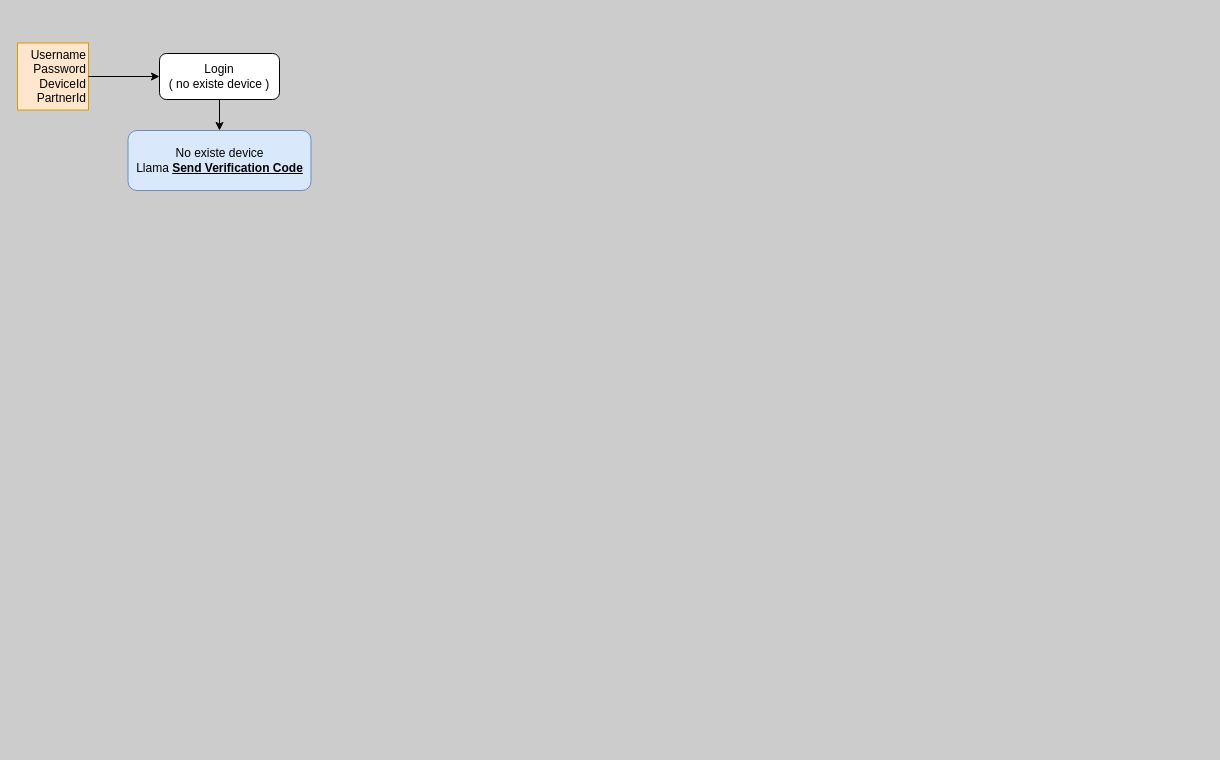
Before: Nuevo Proceso User API.drawio in notariopablomarcelo/intermex, a draw.io diagram. Source tidied: cells renumbered, new cells numbered last; positions are measured from the earlier drawing's top-left corner, leaving out a move shared by most shapes. Both pictures are drawn from the tidied source at 100%, with x=0, y=0 at pixel (17, 42).
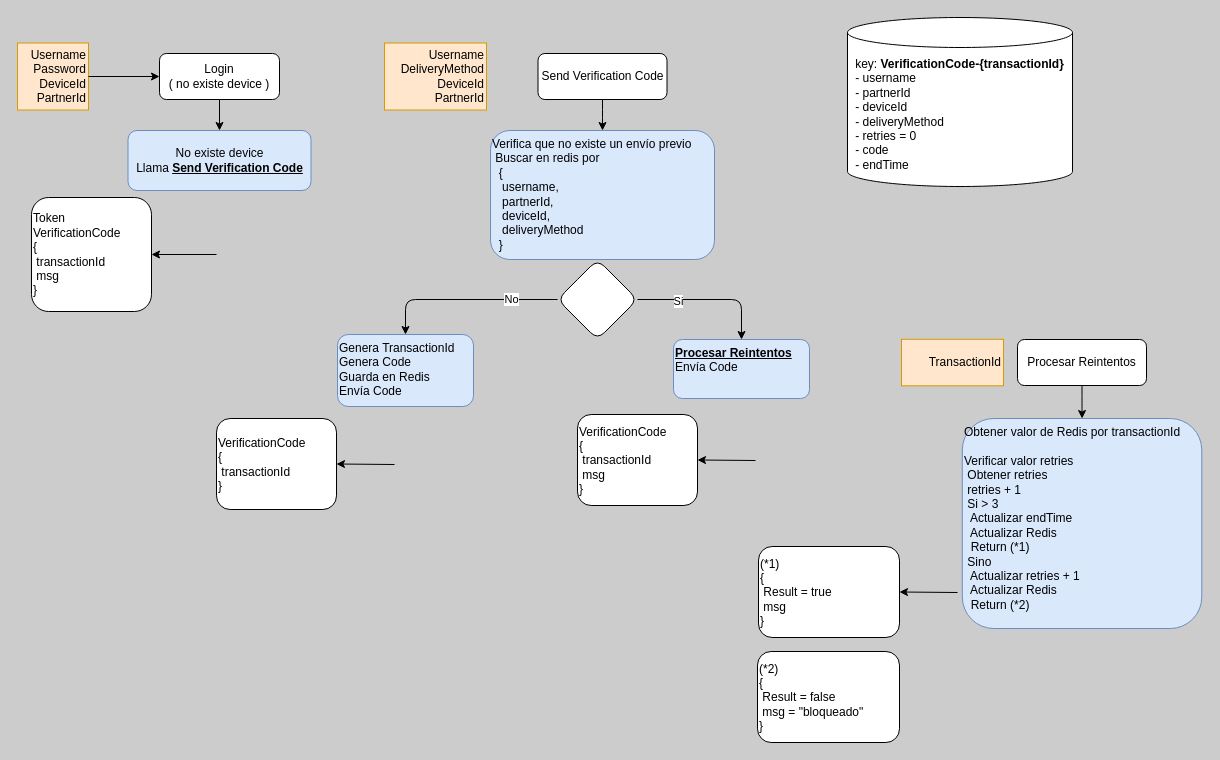
The same diagram, later.

Diff of the diagram source:
```diff
@@
+    <mxCell id="7" style="endArrow=classic;html=1;rounded=1;entryX=1;entryY=0.5;entryDx=0;entryDy=0;" parent="1" edge="1" target="8">
+      <mxGeometry relative="1" as="geometry">
+        <mxPoint x="199" y="212" as="sourcePoint" />
+      </mxGeometry>
+    </mxCell>
+    <mxCell id="8" value="Token&lt;br&gt;VerificationCode&lt;br&gt;{&lt;br&gt;&lt;span style=&quot;white-space: pre;&quot;&gt; &lt;/span&gt;transactionId&lt;br&gt;&lt;span style=&quot;white-space: pre;&quot;&gt; &lt;/span&gt;msg&lt;br&gt;}" style="rounded=1;whiteSpace=wrap;html=1;align=left;" parent="1" vertex="1">
+      <mxGeometry x="14" y="155" width="120" height="114" as="geometry" />
+    </mxCell>
+    <mxCell id="9" style="edgeStyle=orthogonalEdgeStyle;rounded=1;jettySize=auto;html=1;" parent="1" edge="1" source="10" target="12">
+      <mxGeometry relative="1" as="geometry" />
+    </mxCell>
+    <mxCell id="10" value="Send Verification Code" style="rounded=1;whiteSpace=wrap;html=1;labelBackgroundColor=none;" parent="1" vertex="1">
+      <mxGeometry x="520.5" y="11" width="129" height="46" as="geometry" />
+    </mxCell>
+    <mxCell id="11" value="Username&lt;br&gt;DeliveryMethod&lt;br&gt;DeviceId&lt;br&gt;PartnerId" style="text;html=1;strokeColor=#d79b00;fillColor=#ffe6cc;align=right;verticalAlign=middle;whiteSpace=wrap;rounded=0;" parent="1" vertex="1">
+      <mxGeometry x="367" y="0.5" width="102" height="67" as="geometry" />
+    </mxCell>
+    <mxCell id="12" value="Verifica que no existe un envío previo&lt;br&gt;&lt;span style=&quot;white-space: pre;&quot;&gt; &lt;/span&gt;Buscar en redis por&lt;br&gt;&lt;span style=&quot;white-space: pre;&quot;&gt; &lt;/span&gt;&lt;span style=&quot;white-space: pre;&quot;&gt; &lt;/span&gt;{&lt;br&gt;&lt;span style=&quot;white-space: pre;&quot;&gt; &lt;/span&gt;&lt;span style=&quot;white-space: pre;&quot;&gt; &lt;/span&gt;&lt;span style=&quot;white-space: pre;&quot;&gt; &lt;/span&gt;username,&lt;br&gt;&lt;span style=&quot;white-space: pre;&quot;&gt; &lt;/span&gt;&lt;span style=&quot;white-space: pre;&quot;&gt; &lt;/span&gt;&lt;span style=&quot;white-space: pre;&quot;&gt; &lt;/span&gt;partnerId,&lt;br&gt;&lt;span style=&quot;white-space: pre;&quot;&gt; &lt;/span&gt;&lt;span style=&quot;white-space: pre;&quot;&gt; &lt;/span&gt;&lt;span style=&quot;white-space: pre;&quot;&gt; &lt;/span&gt;deviceId,&lt;br&gt;&lt;span style=&quot;white-space: pre;&quot;&gt; &lt;/span&gt;&lt;span style=&quot;white-space: pre;&quot;&gt; &lt;/span&gt;&lt;span style=&quot;white-space: pre;&quot;&gt; &lt;/span&gt;deliveryMethod&lt;br&gt;&lt;span style=&quot;white-space: pre;&quot;&gt; &lt;/span&gt;&lt;span style=&quot;white-space: pre;&quot;&gt; &lt;/span&gt;}" style="rounded=1;whiteSpace=wrap;html=1;fillColor=#dae8fc;strokeColor=#6c8ebf;align=left;verticalAlign=top;" parent="1" vertex="1">
+      <mxGeometry x="473" y="88" width="224" height="129" as="geometry" />
+    </mxCell>
+    <mxCell id="13" value="key: &lt;b&gt;VerificationCode-{transactionId}&lt;/b&gt;&lt;br&gt;&lt;div style=&quot;text-align: left;&quot;&gt;&lt;span style=&quot;background-color: initial;&quot;&gt;- username&lt;/span&gt;&lt;/div&gt;&lt;div style=&quot;text-align: left;&quot;&gt;&lt;span style=&quot;background-color: initial;&quot;&gt;- partnerId&lt;/span&gt;&lt;/div&gt;&lt;div style=&quot;text-align: left;&quot;&gt;&lt;span style=&quot;background-color: initial;&quot;&gt;- deviceId&lt;/span&gt;&lt;/div&gt;&lt;div style=&quot;text-align: left;&quot;&gt;&lt;span style=&quot;background-color: initial;&quot;&gt;- deliveryMethod&lt;/span&gt;&lt;/div&gt;&lt;div style=&quot;text-align: left;&quot;&gt;&lt;span style=&quot;background-color: initial;&quot;&gt;- retries = 0&lt;/span&gt;&lt;/div&gt;&lt;div style=&quot;text-align: left;&quot;&gt;&lt;span style=&quot;background-color: initial;&quot;&gt;- code&lt;/span&gt;&lt;/div&gt;&lt;div style=&quot;text-align: left;&quot;&gt;&lt;span style=&quot;background-color: initial;&quot;&gt;- endTime&lt;/span&gt;&lt;/div&gt;" style="shape=cylinder3;whiteSpace=wrap;html=1;boundedLbl=1;backgroundOutline=1;size=15;rounded=1;" parent="1" vertex="1">
+      <mxGeometry x="830" y="-25" width="225" height="169" as="geometry" />
+    </mxCell>
+    <mxCell id="14" style="edgeStyle=orthogonalEdgeStyle;rounded=1;jettySize=auto;html=1;entryX=0.5;entryY=0;entryDx=0;entryDy=0;" parent="1" edge="1" source="16" target="17">
+      <mxGeometry relative="1" as="geometry" />
+    </mxCell>
+    <mxCell id="15" value="No" style="edgeLabel;html=1;align=center;verticalAlign=middle;" parent="14" vertex="1">
+      <mxGeometry x="-0.5" y="-1" relative="1" as="geometry" />
+    </mxCell>
+    <mxCell id="16" style="rhombus;whiteSpace=wrap;html=1;rounded=1;" parent="1" vertex="1">
+      <mxGeometry x="540" y="217" width="80" height="80" as="geometry" />
+    </mxCell>
+    <mxCell id="17" value="Genera TransactionId&lt;br&gt;Genera Code&lt;br&gt;Guarda en Redis&lt;br&gt;Envía Code" style="rounded=1;whiteSpace=wrap;html=1;fillColor=#dae8fc;strokeColor=#6c8ebf;align=left;verticalAlign=top;" parent="1" vertex="1">
+      <mxGeometry x="320" y="292" width="136" height="72" as="geometry" />
+    </mxCell>
+    <mxCell id="18" style="endArrow=classic;html=1;rounded=1;entryX=1;entryY=0.5;entryDx=0;entryDy=0;" parent="1" edge="1" target="19">
+      <mxGeometry relative="1" as="geometry">
+        <mxPoint x="377" y="422" as="sourcePoint" />
+      </mxGeometry>
+    </mxCell>
+    <mxCell id="19" value="VerificationCode&lt;br&gt;{&lt;br&gt;&lt;span style=&quot;white-space: pre;&quot;&gt; &lt;/span&gt;transactionId&lt;br&gt;}" style="rounded=1;whiteSpace=wrap;html=1;align=left;" parent="1" vertex="1">
+      <mxGeometry x="199" y="376" width="120" height="91" as="geometry" />
+    </mxCell>
+    <mxCell id="20" value="&lt;b&gt;&lt;u&gt;Procesar Reintentos&lt;/u&gt;&lt;/b&gt;&lt;br&gt;Envía Code" style="rounded=1;whiteSpace=wrap;html=1;fillColor=#dae8fc;strokeColor=#6c8ebf;align=left;verticalAlign=top;" parent="1" vertex="1">
+      <mxGeometry x="656" y="297" width="136" height="59" as="geometry" />
+    </mxCell>
+    <mxCell id="21" style="endArrow=classic;html=1;rounded=1;exitX=1;exitY=0.5;exitDx=0;exitDy=0;entryX=0.5;entryY=0;entryDx=0;entryDy=0;edgeStyle=orthogonalEdgeStyle;" parent="1" edge="1" source="16" target="20">
+      <mxGeometry relative="1" as="geometry" />
+    </mxCell>
+    <mxCell id="22" value="Si" style="edgeLabel;html=1;align=center;verticalAlign=middle;" parent="21" vertex="1">
+      <mxGeometry x="-0.44" y="-1" relative="1" as="geometry" />
+    </mxCell>
+    <mxCell id="23" style="endArrow=classic;html=1;rounded=1;entryX=1;entryY=0.5;entryDx=0;entryDy=0;" parent="1" edge="1" target="24">
+      <mxGeometry relative="1" as="geometry">
+        <mxPoint x="738" y="418" as="sourcePoint" />
+      </mxGeometry>
+    </mxCell>
+    <mxCell id="24" value="VerificationCode&lt;br&gt;{&lt;br&gt;&lt;span style=&quot;white-space: pre;&quot;&gt; &lt;/span&gt;transactionId&lt;br&gt;&lt;span style=&quot;white-space: pre;&quot;&gt; &lt;/span&gt;msg&lt;br&gt;}" style="rounded=1;whiteSpace=wrap;html=1;align=left;" parent="1" vertex="1">
+      <mxGeometry x="560" y="372" width="120" height="91" as="geometry" />
+    </mxCell>
+    <mxCell id="25" style="edgeStyle=orthogonalEdgeStyle;rounded=1;jettySize=auto;html=1;" parent="1" edge="1" source="26" target="28">
+      <mxGeometry relative="1" as="geometry" />
+    </mxCell>
+    <mxCell id="26" value="Procesar Reintentos" style="rounded=1;whiteSpace=wrap;html=1;labelBackgroundColor=none;" parent="1" vertex="1">
+      <mxGeometry x="1000" y="297" width="129" height="46" as="geometry" />
+    </mxCell>
+    <mxCell id="27" value="TransactionId" style="text;html=1;strokeColor=#d79b00;fillColor=#ffe6cc;align=right;verticalAlign=middle;whiteSpace=wrap;rounded=0;" parent="1" vertex="1">
+      <mxGeometry x="884" y="296.8" width="102" height="46.5" as="geometry" />
+    </mxCell>
+    <mxCell id="28" value="Obtener valor de Redis por transactionId&lt;br&gt;&lt;br&gt;Verificar valor retries&lt;br&gt;&lt;span style=&quot;white-space: pre;&quot;&gt; &lt;/span&gt;Obtener retries&lt;br&gt;&lt;span style=&quot;white-space: pre;&quot;&gt; &lt;/span&gt;retries + 1&lt;br&gt;&lt;span style=&quot;white-space: pre;&quot;&gt; &lt;/span&gt;Si &amp;gt; 3&lt;br&gt;&lt;span style=&quot;white-space: pre;&quot;&gt; &lt;/span&gt;&lt;span style=&quot;white-space: pre;&quot;&gt; &lt;/span&gt;Actualizar endTime&lt;br&gt;&lt;span style=&quot;white-space: pre;&quot;&gt; &lt;/span&gt;&lt;span style=&quot;white-space: pre;&quot;&gt; &lt;/span&gt;Actualizar Redis&lt;br&gt;&lt;span style=&quot;white-space: pre;&quot;&gt; &lt;/span&gt;&lt;span style=&quot;white-space: pre;&quot;&gt; &lt;/span&gt;Return (*1)&lt;br&gt;&lt;span style=&quot;white-space: pre;&quot;&gt; &lt;/span&gt;Sino&lt;br&gt;&lt;span style=&quot;white-space: pre;&quot;&gt; &lt;span style=&quot;white-space: pre;&quot;&gt; &lt;/span&gt;A&lt;/span&gt;ctualizar retries + 1&lt;br&gt;&lt;span style=&quot;white-space: pre;&quot;&gt; &lt;/span&gt;&lt;span style=&quot;white-space: pre;&quot;&gt; &lt;/span&gt;Actualizar Redis&lt;br&gt;&lt;span style=&quot;white-space: pre;&quot;&gt; &lt;/span&gt;&lt;span style=&quot;white-space: pre;&quot;&gt; &lt;/span&gt;Return (*2)&lt;br&gt;&lt;span style=&quot;white-space: pre;&quot;&gt; &lt;/span&gt;&lt;span style=&quot;white-space: pre;&quot;&gt; &lt;/span&gt;" style="rounded=1;whiteSpace=wrap;html=1;fillColor=#dae8fc;strokeColor=#6c8ebf;align=left;verticalAlign=top;" parent="1" vertex="1">
+      <mxGeometry x="944.8" y="376" width="239.5" height="210" as="geometry" />
+    </mxCell>
+    <mxCell id="29" style="endArrow=classic;html=1;rounded=1;entryX=1;entryY=0.5;entryDx=0;entryDy=0;" parent="1" edge="1" target="30">
+      <mxGeometry relative="1" as="geometry">
+        <mxPoint x="940" y="550" as="sourcePoint" />
+      </mxGeometry>
+    </mxCell>
+    <mxCell id="30" value="(*1)&lt;br&gt;{&lt;br&gt;&lt;span style=&quot;white-space: pre;&quot;&gt; &lt;/span&gt;Result = true&lt;br&gt;&lt;span style=&quot;white-space: pre;&quot;&gt; &lt;/span&gt;msg&lt;br&gt;}" style="rounded=1;whiteSpace=wrap;html=1;align=left;" parent="1" vertex="1">
+      <mxGeometry x="741" y="504" width="141" height="91" as="geometry" />
+    </mxCell>
+    <mxCell id="31" value="(*2)&lt;br&gt;{&lt;br&gt;&lt;span style=&quot;white-space: pre;&quot;&gt; &lt;/span&gt;Result = false&lt;br&gt;&lt;span style=&quot;white-space: pre;&quot;&gt; &lt;/span&gt;msg = &quot;bloqueado&quot;&lt;br&gt;}" style="rounded=1;whiteSpace=wrap;html=1;align=left;" parent="1" vertex="1">
+      <mxGeometry x="740" y="609" width="142" height="91" as="geometry" />
+    </mxCell>
```
